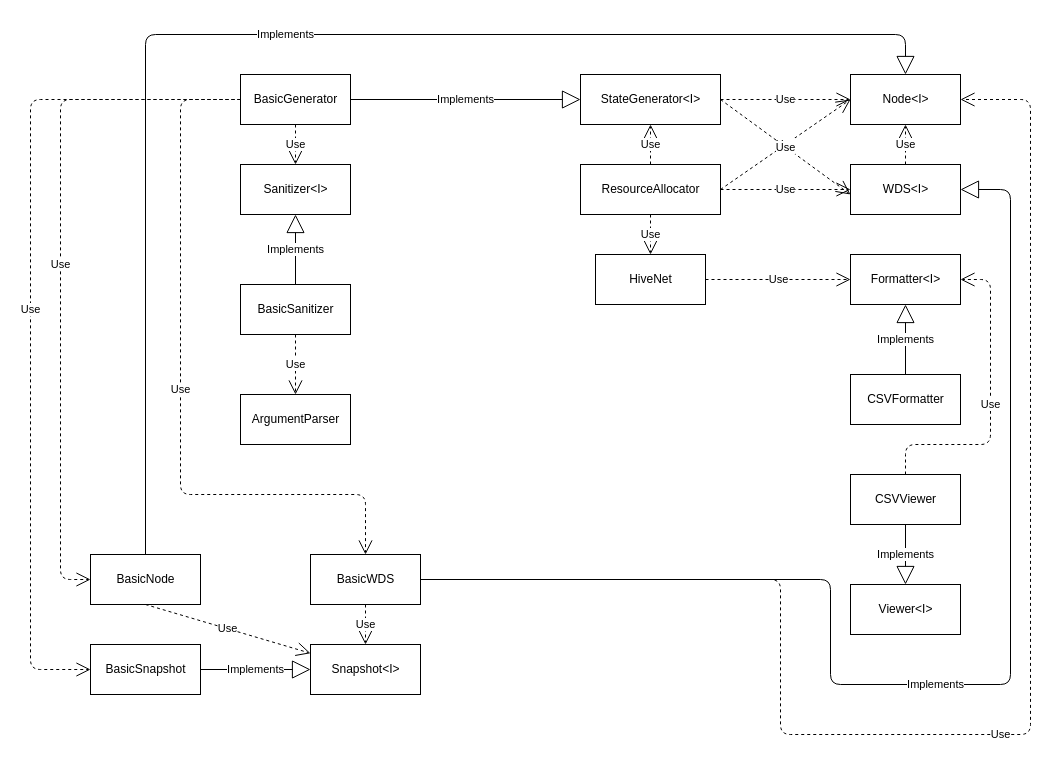
Before: page "Page-2" (2 of 3) of specs/DesignSpecs.drawio in arstevens/hive-sim, a draw.io diagram. Source tidied: cells renumbered, new cells numbered last; positions are measured from the earlier drawing's top-left corner, leaving out a move shared by most shapes. Both pictures are drawn from the tidied source at 100%, with x=0, y=0 at pixel (30, 34).
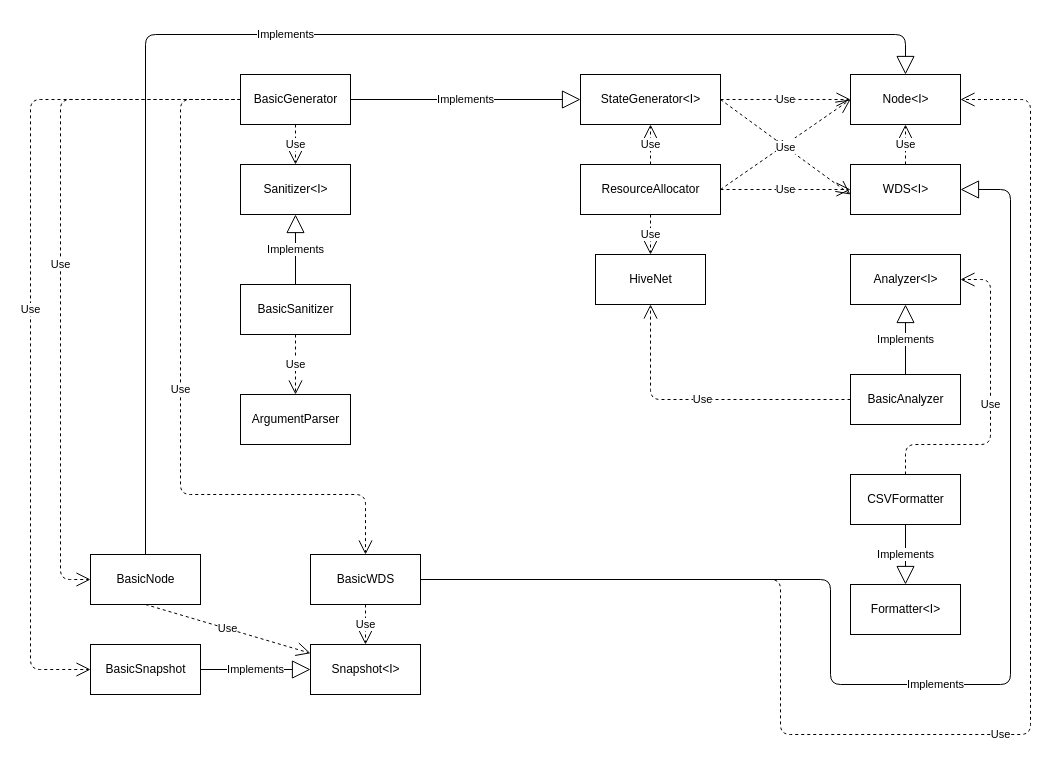
Above is the later version.

The change refers to these unchanged cells:
```xml
<mxCell id="7" value="HiveNet" style="html=1;" parent="1" vertex="1">
  <mxGeometry x="565" y="220" width="110" height="50" as="geometry" />
</mxCell>
```

Change to the diagram source:
```diff
@@
-    <mxCell id="11" value="CSVFormatter" style="html=1;" parent="1" vertex="1">
+    <mxCell id="11" value="BasicAnalyzer" style="html=1;" parent="1" vertex="1">
       <mxGeometry x="820" y="340" width="110" height="50" as="geometry" />
     </mxCell>
-    <mxCell id="12" value="Formatter&amp;lt;I&amp;gt;" style="html=1;" parent="1" vertex="1">
+    <mxCell id="12" value="Analyzer&amp;lt;I&amp;gt;" style="html=1;" parent="1" vertex="1">
       <mxGeometry x="820" y="220" width="110" height="50" as="geometry" />
     </mxCell>
-    <mxCell id="13" value="CSVViewer" style="html=1;" parent="1" vertex="1">
+    <mxCell id="13" value="CSVFormatter" style="html=1;" parent="1" vertex="1">
       <mxGeometry x="820" y="440" width="110" height="50" as="geometry" />
     </mxCell>
-    <mxCell id="14" value="Viewer&amp;lt;I&amp;gt;" style="html=1;" parent="1" vertex="1">
+    <mxCell id="14" value="Formatter&amp;lt;I&amp;gt;" style="html=1;" parent="1" vertex="1">
       <mxGeometry x="820" y="550" width="110" height="50" as="geometry" />
     </mxCell>
@@
-    <mxCell id="27" value="Use" style="endArrow=open;endSize=12;dashed=1;html=1;exitX=1;exitY=0.5;exitDx=0;exitDy=0;entryX=0;entryY=0.5;entryDx=0;entryDy=0;" parent="1" edge="1" source="7" target="12">
-      <mxGeometry relative="1" as="geometry" />
-    </mxCell>
@@
+    <mxCell id="27" value="Use" style="endArrow=open;endSize=12;dashed=1;html=1;exitX=0;exitY=0.5;exitDx=0;exitDy=0;entryX=0.5;entryY=1;entryDx=0;entryDy=0;edgeStyle=orthogonalEdgeStyle;" parent="1" edge="1" source="11" target="7">
+      <mxGeometry relative="1" as="geometry" />
+    </mxCell>
```
